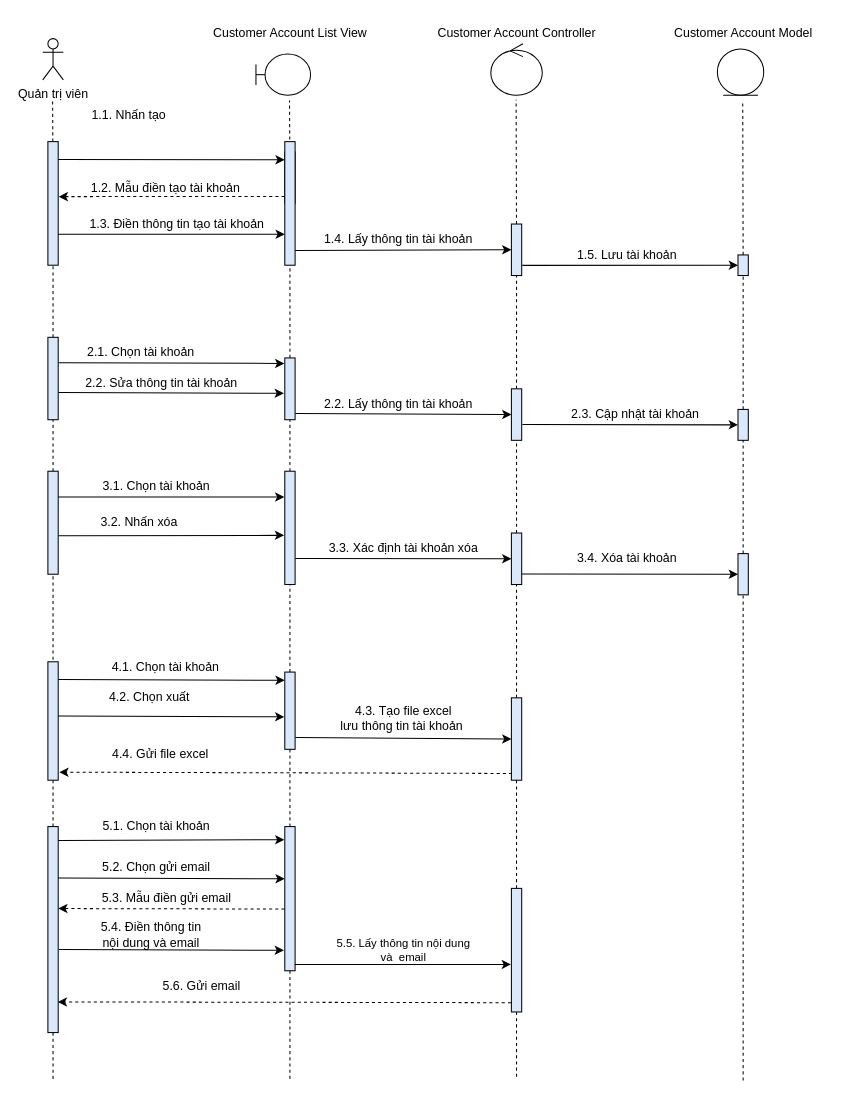
This is Nam3_HK1/CNPM_SoftTech/Sequence Diagrams/Quân Huỳnh/SD_QuảnLýTàiKhoảnKháchHàng.drawio from EdgarIgnite16/SGU-Course, a draw.io file, before an edit. Source tidied: cells renumbered, new cells numbered last; positions are measured from the earlier drawing's top-left corner, leaving out a move shared by most shapes. Both pictures are drawn from the tidied source at 103%, with x=0, y=0 at pixel (42, 18).
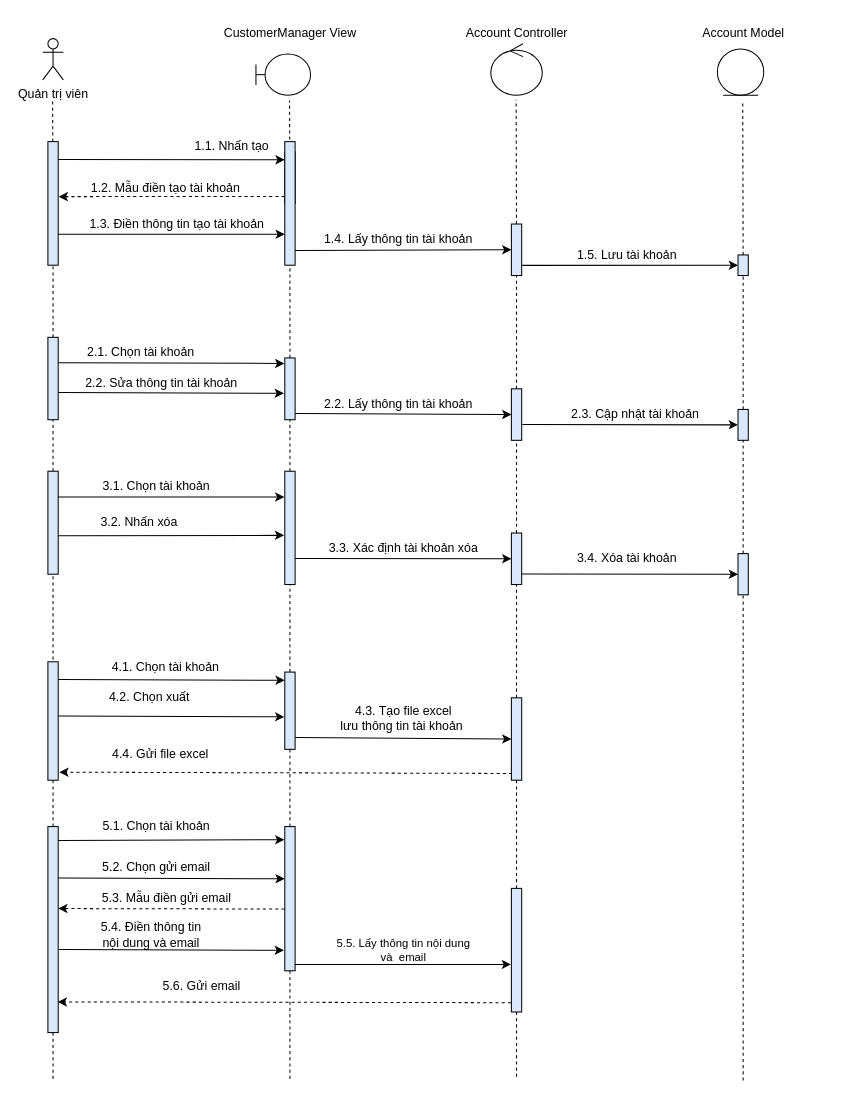
The same page after the edit.

The edit, as a diff of the source:
```diff
@@
     <mxCell id="11" value="1.1. Nhấn tạo&amp;nbsp;" style="text;html=1;align=center;verticalAlign=middle;strokeColor=none;fillColor=none;" parent="1" vertex="1">
-      <mxGeometry x="35" y="80" width="100" height="30" as="geometry" />
+      <mxGeometry x="135" y="110" width="100" height="30" as="geometry" />
     </mxCell>
@@
-    <mxCell id="17" value="Customer Account List View" style="text;html=1;align=center;verticalAlign=middle;strokeColor=none;fillColor=none;" parent="1" vertex="1">
-      <mxGeometry x="155" width="170" height="30" as="geometry" />
+    <mxCell id="17" value="CustomerManager View" style="text;html=1;align=center;verticalAlign=middle;strokeColor=none;fillColor=none;" parent="1" vertex="1">
+      <mxGeometry x="170" y="5" width="140" height="20" as="geometry" />
     </mxCell>
-    <mxCell id="18" value="Customer Account Controller" style="text;html=1;align=center;verticalAlign=middle;strokeColor=none;fillColor=none;" parent="1" vertex="1">
-      <mxGeometry x="370" width="180" height="30" as="geometry" />
+    <mxCell id="18" value="Account Controller" style="text;html=1;align=center;verticalAlign=middle;strokeColor=none;fillColor=none;" parent="1" vertex="1">
+      <mxGeometry x="405" y="5" width="110" height="20" as="geometry" />
     </mxCell>
@@
-    <mxCell id="20" value="Customer Account Model" style="text;html=1;align=center;verticalAlign=middle;strokeColor=none;fillColor=none;" parent="1" vertex="1">
-      <mxGeometry x="600" width="160" height="30" as="geometry" />
+    <mxCell id="20" value="Account Model" style="text;html=1;align=center;verticalAlign=middle;strokeColor=none;fillColor=none;" parent="1" vertex="1">
+      <mxGeometry x="635" y="5" width="90" height="20" as="geometry" />
     </mxCell>
```
